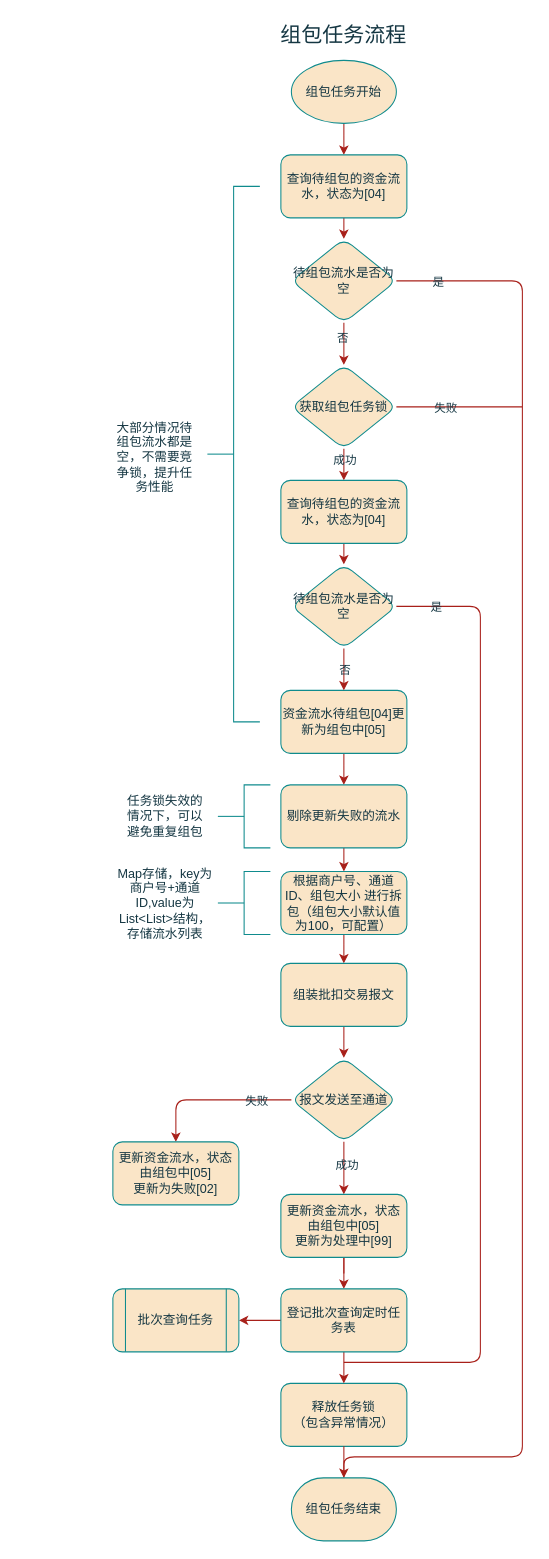
The draw.io diagram 组包任务流程.drawio in gaofv/draw, before the edit. Source tidied: cells renumbered, new cells numbered last; positions are measured from the earlier drawing's top-left corner, leaving out a move shared by most shapes. Both pictures are drawn from the tidied source at 105%, with x=0, y=0 at pixel (112, 18).
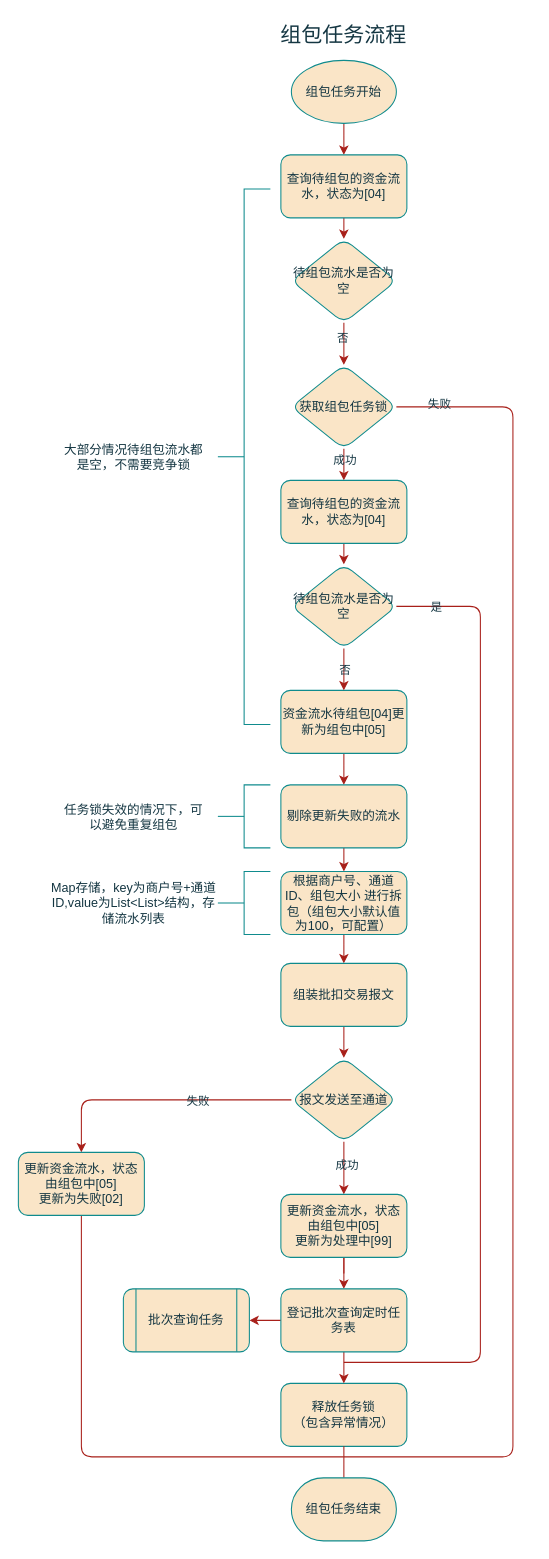
The same diagram, later.

Commit message (it also covers changes not shown here):
更新组包任务流程.drawio

The change refers to these unchanged cells:
```xml
<mxCell id="8" value="获取组包任务锁" style="rhombus;whiteSpace=wrap;html=1;strokeWidth=1;labelBackgroundColor=none;rounded=1;labelBorderColor=none;fillColor=#FAE5C7;strokeColor=#0F8B8D;fontColor=#143642;" parent="1" vertex="1">
  <mxGeometry x="170" y="330" width="100" height="80" as="geometry" />
</mxCell>
<mxCell id="15" value="待组包流水是否为空" style="rhombus;whiteSpace=wrap;html=1;strokeWidth=1;labelBackgroundColor=none;rounded=1;labelBorderColor=none;fillColor=#FAE5C7;strokeColor=#0F8B8D;fontColor=#143642;" parent="1" vertex="1">
  <mxGeometry x="170" y="210" width="100" height="80" as="geometry" />
</mxCell>
<mxCell id="42" value="报文发送至通道" style="rhombus;whiteSpace=wrap;html=1;strokeWidth=1;labelBackgroundColor=none;rounded=1;labelBorderColor=none;fillColor=#FAE5C7;strokeColor=#0F8B8D;fontColor=#143642;" parent="1" vertex="1">
  <mxGeometry x="170" y="990" width="100" height="80" as="geometry" />
</mxCell>
<mxCell id="51" value="组包任务结束" style="strokeWidth=1;html=1;shape=mxgraph.flowchart.terminator;whiteSpace=wrap;labelBackgroundColor=none;rounded=1;labelBorderColor=none;fillColor=#FAE5C7;strokeColor=#0F8B8D;fontColor=#143642;" parent="1" vertex="1">
  <mxGeometry x="170" y="1390" width="100" height="60" as="geometry" />
</mxCell>
```

What changed in the source:
```diff
@@
     <mxCell id="6" style="edgeStyle=orthogonalEdgeStyle;rounded=1;jettySize=auto;html=1;endArrow=none;endFill=0;labelBackgroundColor=none;strokeColor=#A8201A;fontColor=default;" parent="1" edge="1" source="8">
       <mxGeometry relative="1" as="geometry">
-        <mxPoint x="390" y="370" as="targetPoint" />
+        <mxPoint x="220" y="1370" as="targetPoint" />
+        <Array as="points">
+          <mxPoint x="381" y="370" />
+        </Array>
       </mxGeometry>
     </mxCell>
     <mxCell id="7" value="失败" style="edgeLabel;html=1;align=center;verticalAlign=middle;rounded=1;labelBackgroundColor=none;fontColor=#143642;" parent="6" vertex="1">
-      <mxGeometry x="-0.24" relative="1" as="geometry" />
+      <mxGeometry x="-0.24" relative="1" as="geometry">
+        <mxPoint x="-71" y="-375" as="offset" />
+      </mxGeometry>
     </mxCell>
@@
-    <mxCell id="13" style="edgeStyle=orthogonalEdgeStyle;rounded=1;jettySize=auto;html=1;entryX=0.5;entryY=0;entryDx=0;entryDy=0;entryPerimeter=0;labelBackgroundColor=none;fontColor=default;labelBorderColor=none;strokeColor=#A8201A;" parent="1" edge="1" source="15" target="51">
-      <mxGeometry relative="1" as="geometry">
-        <Array as="points">
-          <mxPoint x="390" y="250" />
-          <mxPoint x="390" y="1370" />
-          <mxPoint x="220" y="1370" />
-        </Array>
-      </mxGeometry>
-    </mxCell>
-    <mxCell id="14" value="是" style="edgeLabel;html=1;align=center;verticalAlign=middle;labelBackgroundColor=none;rounded=1;labelBorderColor=none;fontColor=#143642;" parent="13" vertex="1">
-      <mxGeometry x="-0.88" y="-1" relative="1" as="geometry">
-        <mxPoint x="-47" y="-1" as="offset" />
-      </mxGeometry>
-    </mxCell>
@@
     <mxCell id="30" value="任务锁失效的情况下，可以避免重复组包" style="text;html=1;strokeColor=none;fillColor=none;align=center;verticalAlign=middle;whiteSpace=wrap;rounded=1;fontSize=12;labelBackgroundColor=none;labelBorderColor=none;fontColor=#143642;" parent="1" vertex="1">
-      <mxGeometry x="10" y="737.5" width="80" height="45" as="geometry" />
+      <mxGeometry x="-50" y="740" width="140" height="42.5" as="geometry" />
     </mxCell>
@@
     <mxCell id="32" value="Map存储，key为商户号+通道ID,value为List&amp;lt;List&amp;gt;结构，存储流水列表" style="text;html=1;strokeColor=none;fillColor=none;align=center;verticalAlign=middle;whiteSpace=wrap;rounded=1;fontSize=12;labelBackgroundColor=none;labelBorderColor=none;fontColor=#143642;" parent="1" vertex="1">
-      <mxGeometry y="820" width="100" height="45" as="geometry" />
+      <mxGeometry x="-60" y="820" width="160" height="45" as="geometry" />
     </mxCell>
@@
     <mxCell id="35" style="strokeWidth=1;html=1;shape=mxgraph.flowchart.annotation_2;align=left;labelPosition=right;labelBackgroundColor=none;rounded=1;labelBorderColor=none;fillColor=#FAE5C7;strokeColor=#0F8B8D;fontColor=#143642;" parent="1" vertex="1">
-      <mxGeometry x="90" y="160" width="50" height="510" as="geometry" />
+      <mxGeometry x="100" y="162.5" width="50" height="510" as="geometry" />
     </mxCell>
-    <mxCell id="36" value="大部分情况待组包流水都是空，不需要竞争锁，提升任务性能" style="text;html=1;strokeColor=none;fillColor=none;align=center;verticalAlign=middle;whiteSpace=wrap;rounded=1;fontSize=12;labelBackgroundColor=none;labelBorderColor=none;fontColor=#143642;" parent="1" vertex="1">
-      <mxGeometry y="395" width="80" height="45" as="geometry" />
+    <mxCell id="36" value="大部分情况待组包流水都是空，不需要竞争锁" style="text;html=1;strokeColor=none;fillColor=none;align=center;verticalAlign=middle;whiteSpace=wrap;rounded=1;fontSize=12;labelBackgroundColor=none;labelBorderColor=none;fontColor=#143642;" parent="1" vertex="1">
+      <mxGeometry x="-50" y="382.5" width="140" height="70" as="geometry" />
     </mxCell>
     <mxCell id="37" style="edgeStyle=orthogonalEdgeStyle;rounded=1;jettySize=auto;html=1;labelBackgroundColor=none;fontColor=default;labelBorderColor=none;strokeColor=#A8201A;" parent="1" edge="1" source="42" target="43">
       <mxGeometry relative="1" as="geometry">
         <Array as="points">
-          <mxPoint x="60" y="1030" />
+          <mxPoint x="-30" y="1030" />
         </Array>
       </mxGeometry>
     </mxCell>
@@
+    <mxCell id="54" style="edgeStyle=orthogonalEdgeStyle;rounded=1;jettySize=auto;html=1;strokeColor=#A8201A;fontColor=#143642;fillColor=#FAE5C7;endArrow=none;endFill=0;" parent="1" edge="1" source="43">
+      <mxGeometry relative="1" as="geometry">
+        <mxPoint x="220" y="1370" as="targetPoint" />
+        <Array as="points">
+          <mxPoint x="-30" y="1370" />
+        </Array>
+      </mxGeometry>
+    </mxCell>
     <mxCell id="43" value="更新资金流水，状态&lt;br&gt;由组包中[05]&lt;br&gt;更新为失败[02]" style="whiteSpace=wrap;html=1;strokeWidth=1;labelBackgroundColor=none;rounded=1;labelBorderColor=none;fillColor=#FAE5C7;strokeColor=#0F8B8D;fontColor=#143642;" parent="1" vertex="1">
-      <mxGeometry y="1070" width="120" height="60" as="geometry" />
+      <mxGeometry x="-90" y="1080" width="120" height="60" as="geometry" />
     </mxCell>
@@
     <mxCell id="49" value="批次查询任务" style="shape=process;whiteSpace=wrap;html=1;backgroundOutline=1;strokeWidth=1;labelBackgroundColor=none;rounded=1;labelBorderColor=none;fillColor=#FAE5C7;strokeColor=#0F8B8D;fontColor=#143642;" parent="1" vertex="1">
-      <mxGeometry y="1210" width="120" height="60" as="geometry" />
+      <mxGeometry x="10" y="1210" width="120" height="60" as="geometry" />
     </mxCell>
```
